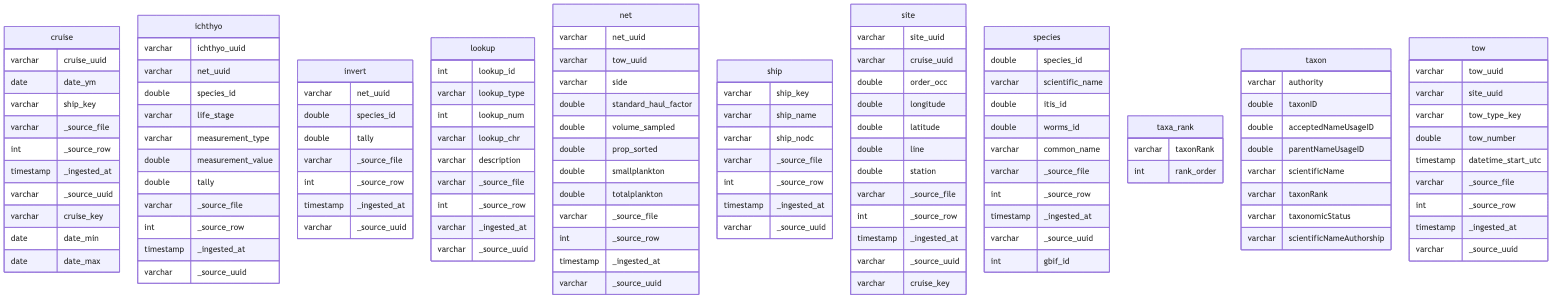
Earlier version of the Mermaid export _output/ingest_swfsc_ichthyo_files/figure-html/erd_tbls-1.png (CalCOFI/workflows). Its source is kept beside it as _output/ingest_swfsc_ichthyo_files/figure-html/erd_tbls-1.mmd. Its diagram source:
```mermaid
---
config:
  layout: elk
---
erDiagram
    cruise {
        varchar cruise_uuid
        date date_ym
        varchar ship_key
        varchar _source_file
        int _source_row
        timestamp _ingested_at
        varchar _source_uuid
        varchar cruise_key
        date date_min
        date date_max
    }
    ichthyo {
        varchar ichthyo_uuid
        varchar net_uuid
        double species_id
        varchar life_stage
        varchar measurement_type
        double measurement_value
        double tally
        varchar _source_file
        int _source_row
        timestamp _ingested_at
        varchar _source_uuid
    }
    invert {
        varchar net_uuid
        double species_id
        double tally
        varchar _source_file
        int _source_row
        timestamp _ingested_at
        varchar _source_uuid
    }
    lookup {
        int lookup_id
        varchar lookup_type
        int lookup_num
        varchar lookup_chr
        varchar description
        varchar _source_file
        int _source_row
        varchar _ingested_at
        varchar _source_uuid
    }
    net {
        varchar net_uuid
        varchar tow_uuid
        varchar side
        double standard_haul_factor
        double volume_sampled
        double prop_sorted
        double smallplankton
        double totalplankton
        varchar _source_file
        int _source_row
        timestamp _ingested_at
        varchar _source_uuid
    }
    ship {
        varchar ship_key
        varchar ship_name
        varchar ship_nodc
        varchar _source_file
        int _source_row
        timestamp _ingested_at
        varchar _source_uuid
    }
    site {
        varchar site_uuid
        varchar cruise_uuid
        double order_occ
        double longitude
        double latitude
        double line
        double station
        varchar _source_file
        int _source_row
        timestamp _ingested_at
        varchar _source_uuid
        varchar cruise_key
    }
    species {
        double species_id
        varchar scientific_name
        double itis_id
        double worms_id
        varchar common_name
        varchar _source_file
        int _source_row
        timestamp _ingested_at
        varchar _source_uuid
        int gbif_id
    }
    taxa_rank {
        varchar taxonRank
        int rank_order
    }
    taxon {
        varchar authority
        double taxonID
        double acceptedNameUsageID
        double parentNameUsageID
        varchar scientificName
        varchar taxonRank
        varchar taxonomicStatus
        varchar scientificNameAuthorship
    }
    tow {
        varchar tow_uuid
        varchar site_uuid
        varchar tow_type_key
        double tow_number
        timestamp datetime_start_utc
        varchar _source_file
        int _source_row
        timestamp _ingested_at
        varchar _source_uuid
    }
```
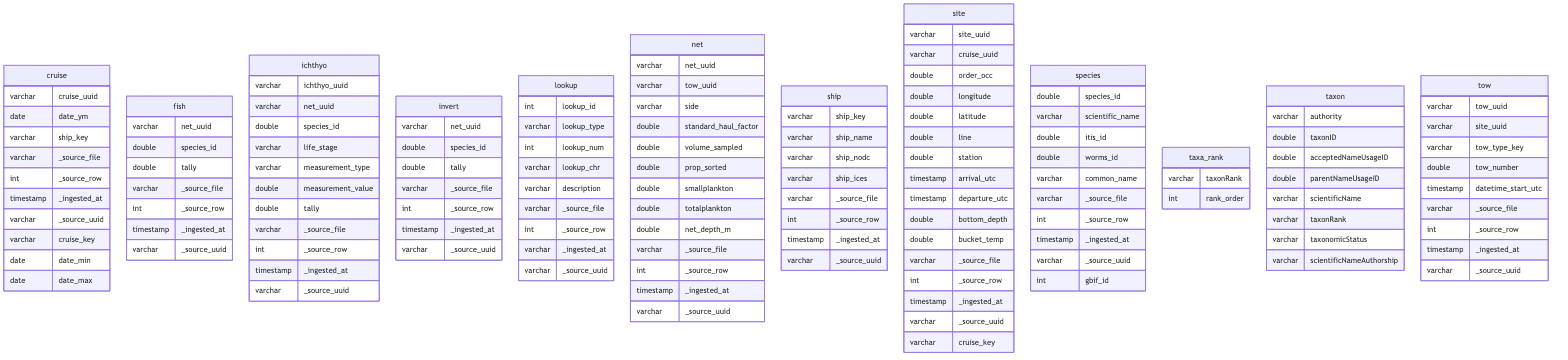
Above is the later version.

Diff of the diagram source:
```diff
@@ -14,6 +14,15 @@
         varchar cruise_key
         date date_min
         date date_max
+    }
+    fish {
+        varchar net_uuid
+        double species_id
+        double tally
+        varchar _source_file
+        int _source_row
+        timestamp _ingested_at
+        varchar _source_uuid
     }
     ichthyo {
         varchar ichthyo_uuid
@@ -57,6 +66,7 @@
         double prop_sorted
         double smallplankton
         double totalplankton
+        double net_depth_m
         varchar _source_file
         int _source_row
         timestamp _ingested_at
@@ -66,6 +76,7 @@
         varchar ship_key
         varchar ship_name
         varchar ship_nodc
+        varchar ship_ices
         varchar _source_file
         int _source_row
         timestamp _ingested_at
@@ -79,6 +90,10 @@
         double latitude
         double line
         double station
+        timestamp arrival_utc
+        timestamp departure_utc
+        double bottom_depth
+        double bucket_temp
         varchar _source_file
         int _source_row
         timestamp _ingested_at
```
